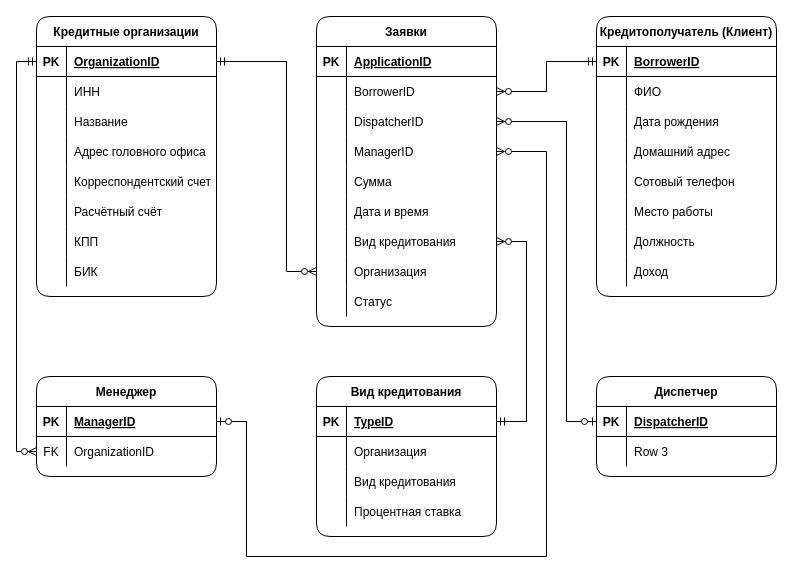
The draw.io diagram Diagrams/Entity Relationship.drawio in sothug/Loan-applications, before the edit. Source tidied: cells renumbered, new cells numbered last; positions are measured from the earlier drawing's top-left corner, leaving out a move shared by most shapes. Both pictures are drawn from the tidied source at 100%, with x=0, y=0 at pixel (-4, 16).
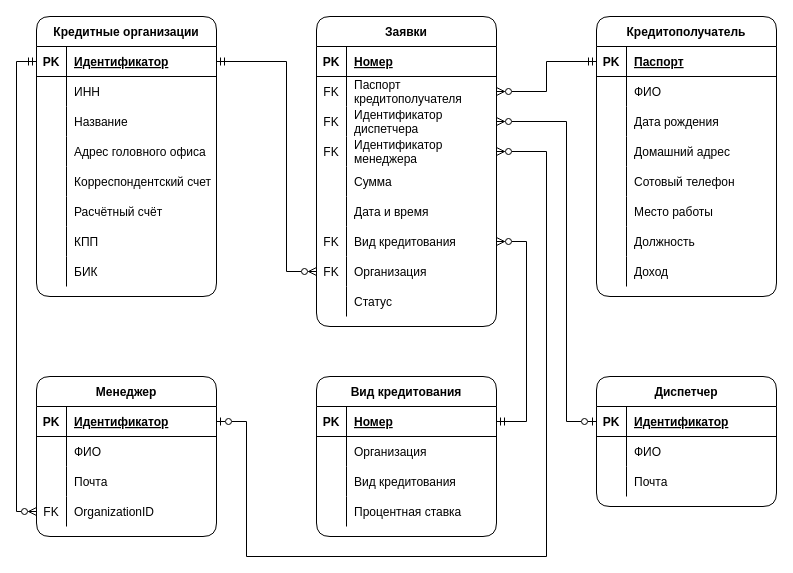
Above is the later version.

Unchanged cells that the change refers to:
```xml
<mxCell id="3" style="shape=partialRectangle;fillColor=none;top=0;left=0;bottom=1;right=0;points=[[0,0.5],[1,0.5]];portConstraint=eastwest;" parent="2" vertex="1">
  <mxGeometry y="30" width="180" height="30" as="geometry" />
</mxCell>
<mxCell id="28" style="shape=partialRectangle;fillColor=none;top=0;left=0;bottom=1;right=0;points=[[0,0.5],[1,0.5]];portConstraint=eastwest;rounded=1;" parent="27" vertex="1">
  <mxGeometry y="30" width="180" height="30" as="geometry" />
</mxCell>
<mxCell id="41" style="shape=partialRectangle;fillColor=none;top=0;left=0;bottom=1;right=0;points=[[0,0.5],[1,0.5]];portConstraint=eastwest;rounded=1;" parent="40" vertex="1">
  <mxGeometry y="30" width="180" height="30" as="geometry" />
</mxCell>
<mxCell id="66" style="shape=partialRectangle;fillColor=none;top=0;left=0;bottom=1;right=0;rounded=1;" parent="65" vertex="1">
  <mxGeometry y="30" width="180" height="30" as="geometry" />
</mxCell>
<mxCell id="69" style="shape=partialRectangle;fillColor=none;top=0;left=0;bottom=0;right=0;points=[[0,0.5],[1,0.5]];portConstraint=eastwest;rounded=1;" parent="65" vertex="1">
  <mxGeometry y="60" width="180" height="30" as="geometry" />
</mxCell>
<mxCell id="72" style="shape=partialRectangle;fillColor=none;top=0;left=0;bottom=0;right=0;points=[[0,0.5],[1,0.5]];portConstraint=eastwest;rounded=1;" parent="65" vertex="1">
  <mxGeometry y="90" width="180" height="30" as="geometry" />
</mxCell>
<mxCell id="75" style="shape=partialRectangle;fillColor=none;top=0;left=0;bottom=0;right=0;points=[[0,0.5],[1,0.5]];portConstraint=eastwest;rounded=1;" parent="65" vertex="1">
  <mxGeometry y="120" width="180" height="30" as="geometry" />
</mxCell>
<mxCell id="84" style="shape=partialRectangle;fillColor=none;top=0;left=0;bottom=0;right=0;points=[[0,0.5],[1,0.5]];portConstraint=eastwest;rounded=1;" parent="65" vertex="1">
  <mxGeometry y="210" width="180" height="30" as="geometry" />
</mxCell>
<mxCell id="87" style="shape=partialRectangle;fillColor=none;top=0;left=0;bottom=0;right=0;points=[[0,0.5],[1,0.5]];portConstraint=eastwest;rounded=1;" parent="65" vertex="1">
  <mxGeometry y="240" width="180" height="30" as="geometry" />
</mxCell>
<mxCell id="104" style="shape=partialRectangle;fillColor=none;top=0;left=0;bottom=1;right=0;points=[[0,0.5],[1,0.5]];portConstraint=eastwest;" parent="103" vertex="1">
  <mxGeometry y="30" width="180" height="30" as="geometry" />
</mxCell>
```

Diff of the diagram source:
```diff
@@
-    <mxCell id="2" value="Кредитные организации" style="shape=table;startSize=30;childLayout=tableLayout;rowLines=0;fontStyle=1;align=center;rounded=1;" parent="1" vertex="1">
+    <mxCell id="2" value="Кредитные организации" style="shape=table;startSize=30;childLayout=tableLayout;rowLines=0;fontStyle=1;align=center;rounded=1;fontColor=default;" parent="1" vertex="1">
       <mxGeometry x="40" width="180" height="280" as="geometry" />
     </mxCell>
@@
-    <mxCell id="4" value="PK" style="shape=partialRectangle;fillColor=none;top=0;left=0;bottom=0;right=0;fontStyle=1;overflow=hidden;" parent="3" vertex="1">
+    <mxCell id="4" value="PK" style="shape=partialRectangle;fillColor=none;top=0;left=0;bottom=0;right=0;fontStyle=1;overflow=hidden;strokeColor=default;fontColor=default;" parent="3" vertex="1">
       <mxGeometry width="30" height="30" as="geometry" />
     </mxCell>
-    <mxCell id="5" value="OrganizationID" style="shape=partialRectangle;fillColor=none;top=0;left=0;bottom=0;right=0;align=left;spacingLeft=6;fontStyle=5;overflow=hidden;" parent="3" vertex="1">
+    <mxCell id="5" value="Идентификатор" style="shape=partialRectangle;fillColor=none;top=0;left=0;bottom=0;right=0;align=left;spacingLeft=6;fontStyle=5;overflow=hidden;fontColor=default;" parent="3" vertex="1">
       <mxGeometry x="30" width="150" height="30" as="geometry" />
     </mxCell>
@@
-    <mxCell id="30" value="TypeID" style="shape=partialRectangle;fillColor=none;top=0;left=0;bottom=0;right=0;align=left;spacingLeft=6;fontStyle=5;overflow=hidden;rounded=1;" parent="28" vertex="1">
+    <mxCell id="30" value="Номер" style="shape=partialRectangle;fillColor=none;top=0;left=0;bottom=0;right=0;align=left;spacingLeft=6;fontStyle=5;overflow=hidden;rounded=1;fontColor=default;" parent="28" vertex="1">
       <mxGeometry x="30" width="150" height="30" as="geometry" />
     </mxCell>
@@
-    <mxCell id="40" value="Кредитополучатель (Клиент)" style="shape=table;startSize=30;childLayout=tableLayout;rowLines=0;fontStyle=1;align=center;rounded=1;" parent="1" vertex="1">
+    <mxCell id="40" value="Кредитополучатель" style="shape=table;startSize=30;childLayout=tableLayout;rowLines=0;fontStyle=1;align=center;rounded=1;fontColor=default;" parent="1" vertex="1">
       <mxGeometry x="600" width="180" height="280" as="geometry" />
     </mxCell>
@@
-    <mxCell id="42" value="PK" style="shape=partialRectangle;fillColor=none;top=0;left=0;bottom=0;right=0;fontStyle=1;overflow=hidden;rounded=1;" parent="41" vertex="1">
+    <mxCell id="42" value="PK" style="shape=partialRectangle;fillColor=none;top=0;left=0;bottom=0;right=0;fontStyle=1;overflow=hidden;rounded=1;fontColor=default;" parent="41" vertex="1">
       <mxGeometry width="30" height="30" as="geometry" />
     </mxCell>
-    <mxCell id="43" value="BorrowerID" style="shape=partialRectangle;fillColor=none;top=0;left=0;bottom=0;right=0;align=left;spacingLeft=6;fontStyle=5;overflow=hidden;rounded=1;" parent="41" vertex="1">
+    <mxCell id="43" value="Паспорт" style="shape=partialRectangle;fillColor=none;top=0;left=0;bottom=0;right=0;align=left;spacingLeft=6;fontStyle=5;overflow=hidden;rounded=1;fontColor=default;" parent="41" vertex="1">
       <mxGeometry x="30" width="150" height="30" as="geometry" />
     </mxCell>
@@
-    <mxCell id="65" value="Заявки" style="shape=table;startSize=30;childLayout=tableLayout;rowLines=0;fontStyle=1;align=center;rounded=1;" parent="1" vertex="1">
+    <mxCell id="65" value="Заявки" style="shape=table;startSize=30;childLayout=tableLayout;rowLines=0;fontStyle=1;align=center;rounded=1;fontColor=default;" parent="1" vertex="1">
       <mxGeometry x="320" width="180" height="310" as="geometry" />
     </mxCell>
@@
-    <mxCell id="68" value="ApplicationID" style="shape=partialRectangle;fillColor=none;top=0;left=0;bottom=0;right=0;align=left;spacingLeft=6;fontStyle=5;overflow=hidden;rounded=1;" parent="66" vertex="1">
+    <mxCell id="68" value="Номер" style="shape=partialRectangle;fillColor=none;top=0;left=0;bottom=0;right=0;align=left;spacingLeft=6;fontStyle=5;overflow=hidden;rounded=1;fontColor=default;" parent="66" vertex="1">
       <mxGeometry x="30" width="150" height="30" as="geometry" />
     </mxCell>
@@
-    <mxCell id="70" style="shape=partialRectangle;fillColor=none;top=0;left=0;bottom=0;right=0;overflow=hidden;rounded=1;" parent="69" vertex="1">
+    <mxCell id="70" value="FK" style="shape=partialRectangle;fillColor=none;top=0;left=0;bottom=0;right=0;overflow=hidden;rounded=1;fontColor=default;" parent="69" vertex="1">
       <mxGeometry width="30" height="30" as="geometry" />
     </mxCell>
-    <mxCell id="71" value="BorrowerID" style="shape=partialRectangle;fillColor=none;top=0;left=0;bottom=0;right=0;align=left;spacingLeft=6;overflow=hidden;rounded=1;" parent="69" vertex="1">
+    <mxCell id="71" value="Паспорт &#10;кредитополучателя" style="shape=partialRectangle;fillColor=none;top=0;left=0;bottom=0;right=0;align=left;spacingLeft=6;overflow=hidden;rounded=1;fontColor=default;" parent="69" vertex="1">
       <mxGeometry x="30" width="150" height="30" as="geometry" />
     </mxCell>
@@
-    <mxCell id="73" style="shape=partialRectangle;fillColor=none;top=0;left=0;bottom=0;right=0;overflow=hidden;rounded=1;" parent="72" vertex="1">
+    <mxCell id="73" value="FK" style="shape=partialRectangle;fillColor=none;top=0;left=0;bottom=0;right=0;overflow=hidden;rounded=1;fontColor=default;" parent="72" vertex="1">
       <mxGeometry width="30" height="30" as="geometry" />
     </mxCell>
-    <mxCell id="74" value="DispatcherID" style="shape=partialRectangle;fillColor=none;top=0;left=0;bottom=0;right=0;align=left;spacingLeft=6;overflow=hidden;rounded=1;" parent="72" vertex="1">
+    <mxCell id="74" value="Идентификатор &#10;диспетчера" style="shape=partialRectangle;fillColor=none;top=0;left=0;bottom=0;right=0;align=left;spacingLeft=6;overflow=hidden;rounded=1;fontColor=default;" parent="72" vertex="1">
       <mxGeometry x="30" width="150" height="30" as="geometry" />
     </mxCell>
@@
-    <mxCell id="76" style="shape=partialRectangle;fillColor=none;top=0;left=0;bottom=0;right=0;overflow=hidden;rounded=1;" parent="75" vertex="1">
+    <mxCell id="76" value="FK" style="shape=partialRectangle;fillColor=none;top=0;left=0;bottom=0;right=0;overflow=hidden;rounded=1;fontColor=default;" parent="75" vertex="1">
       <mxGeometry width="30" height="30" as="geometry" />
     </mxCell>
-    <mxCell id="77" value="ManagerID" style="shape=partialRectangle;fillColor=none;top=0;left=0;bottom=0;right=0;align=left;spacingLeft=6;overflow=hidden;rounded=1;" parent="75" vertex="1">
+    <mxCell id="77" value="Идентификатор &#10;менеджера" style="shape=partialRectangle;fillColor=none;top=0;left=0;bottom=0;right=0;align=left;spacingLeft=6;overflow=hidden;rounded=1;fontColor=default;" parent="75" vertex="1">
       <mxGeometry x="30" width="150" height="30" as="geometry" />
     </mxCell>
@@
-    <mxCell id="85" style="shape=partialRectangle;fillColor=none;top=0;left=0;bottom=0;right=0;overflow=hidden;rounded=1;" parent="84" vertex="1">
+    <mxCell id="85" value="FK" style="shape=partialRectangle;fillColor=none;top=0;left=0;bottom=0;right=0;overflow=hidden;rounded=1;fontColor=default;" parent="84" vertex="1">
       <mxGeometry width="30" height="30" as="geometry" />
     </mxCell>
@@
-    <mxCell id="88" style="shape=partialRectangle;fillColor=none;top=0;left=0;bottom=0;right=0;overflow=hidden;rounded=1;" parent="87" vertex="1">
+    <mxCell id="88" value="FK" style="shape=partialRectangle;fillColor=none;top=0;left=0;bottom=0;right=0;overflow=hidden;rounded=1;fontColor=default;" parent="87" vertex="1">
       <mxGeometry width="30" height="30" as="geometry" />
     </mxCell>
@@
-    <mxCell id="96" value="Диспетчер" style="shape=table;startSize=30;childLayout=tableLayout;rowLines=0;fontStyle=1;align=center;rounded=1;sketch=0;" parent="1" vertex="1">
-      <mxGeometry x="600" y="360" width="180" height="100" as="geometry" />
-    </mxCell>
-    <mxCell id="97" style="shape=partialRectangle;fillColor=none;top=0;left=0;bottom=1;right=0;points=[[0,0.5],[1,0.5]];portConstraint=eastwest;" parent="96" vertex="1">
-      <mxGeometry y="30" width="180" height="30" as="geometry" />
-    </mxCell>
-    <mxCell id="98" value="PK" style="shape=partialRectangle;fillColor=none;top=0;left=0;bottom=0;right=0;fontStyle=1;overflow=hidden;" parent="97" vertex="1">
-      <mxGeometry width="30" height="30" as="geometry" />
-    </mxCell>
-    <mxCell id="99" value="DispatcherID" style="shape=partialRectangle;fillColor=none;top=0;left=0;bottom=0;right=0;align=left;spacingLeft=6;fontStyle=5;overflow=hidden;" parent="97" vertex="1">
-      <mxGeometry x="30" width="150" height="30" as="geometry" />
-    </mxCell>
-    <mxCell id="100" style="shape=partialRectangle;fillColor=none;top=0;left=0;bottom=0;right=0;" parent="96" vertex="1">
-      <mxGeometry y="60" width="180" height="30" as="geometry" />
-    </mxCell>
-    <mxCell id="101" style="shape=partialRectangle;fillColor=none;top=0;left=0;bottom=0;right=0;overflow=hidden;" parent="100" vertex="1">
-      <mxGeometry width="30" height="30" as="geometry" />
-    </mxCell>
-    <mxCell id="102" value="Row 3" style="shape=partialRectangle;fillColor=none;top=0;left=0;bottom=0;right=0;align=left;spacingLeft=6;overflow=hidden;" parent="100" vertex="1">
-      <mxGeometry x="30" width="150" height="30" as="geometry" />
-    </mxCell>
-    <mxCell id="103" value="Менеджер" style="shape=table;startSize=30;childLayout=tableLayout;rowLines=0;fontStyle=1;align=center;rounded=1;sketch=0;" parent="1" vertex="1">
-      <mxGeometry x="40" y="360" width="180" height="100" as="geometry" />
+    <mxCell id="103" value="Менеджер" style="shape=table;startSize=30;childLayout=tableLayout;rowLines=0;fontStyle=1;align=center;rounded=1;sketch=0;fontColor=default;fillColor=default;strokeColor=default;" parent="1" vertex="1">
+      <mxGeometry x="40" y="360" width="180" height="160" as="geometry" />
     </mxCell>
@@
-    <mxCell id="106" value="ManagerID" style="shape=partialRectangle;fillColor=none;top=0;left=0;bottom=0;right=0;align=left;spacingLeft=6;fontStyle=5;overflow=hidden;" parent="104" vertex="1">
+    <mxCell id="106" value="Идентификатор" style="shape=partialRectangle;fillColor=none;top=0;left=0;bottom=0;right=0;align=left;spacingLeft=6;fontStyle=5;overflow=hidden;fontColor=default;" parent="104" vertex="1">
       <mxGeometry x="30" width="150" height="30" as="geometry" />
     </mxCell>
+    <mxCell id="114" style="shape=partialRectangle;fillColor=none;top=0;left=0;bottom=0;right=0;" parent="103" vertex="1">
+      <mxGeometry y="60" width="180" height="30" as="geometry" />
+    </mxCell>
+    <mxCell id="115" style="shape=partialRectangle;fillColor=none;top=0;left=0;bottom=0;right=0;overflow=hidden;" parent="114" vertex="1">
+      <mxGeometry width="30" height="30" as="geometry" />
+    </mxCell>
+    <mxCell id="116" value="ФИО" style="shape=partialRectangle;fillColor=none;top=0;left=0;bottom=0;right=0;align=left;spacingLeft=6;overflow=hidden;strokeColor=default;fontColor=default;" parent="114" vertex="1">
+      <mxGeometry x="30" width="150" height="30" as="geometry" />
+    </mxCell>
+    <mxCell id="117" style="shape=partialRectangle;fillColor=none;top=0;left=0;bottom=0;right=0;" parent="103" vertex="1">
+      <mxGeometry y="90" width="180" height="30" as="geometry" />
+    </mxCell>
+    <mxCell id="118" style="shape=partialRectangle;fillColor=none;top=0;left=0;bottom=0;right=0;overflow=hidden;" parent="117" vertex="1">
+      <mxGeometry width="30" height="30" as="geometry" />
+    </mxCell>
+    <mxCell id="119" value="Почта" style="shape=partialRectangle;fillColor=none;top=0;left=0;bottom=0;right=0;align=left;spacingLeft=6;overflow=hidden;strokeColor=default;fontColor=default;" parent="117" vertex="1">
+      <mxGeometry x="30" width="150" height="30" as="geometry" />
+    </mxCell>
     <mxCell id="107" style="shape=partialRectangle;fillColor=none;top=0;left=0;bottom=0;right=0;points=[[0,0.5],[1,0.5]];portConstraint=eastwest;" parent="103" vertex="1">
-      <mxGeometry y="60" width="180" height="30" as="geometry" />
+      <mxGeometry y="120" width="180" height="30" as="geometry" />
     </mxCell>
@@
-    <mxCell id="109" value="OrganizationID" style="shape=partialRectangle;fillColor=none;top=0;left=0;bottom=0;right=0;align=left;spacingLeft=6;overflow=hidden;" parent="107" vertex="1">
+    <mxCell id="109" value="OrganizationID" style="shape=partialRectangle;fillColor=none;top=0;left=0;bottom=0;right=0;align=left;spacingLeft=6;overflow=hidden;strokeColor=default;fontColor=default;" parent="107" vertex="1">
       <mxGeometry x="30" width="150" height="30" as="geometry" />
     </mxCell>
@@
-    <mxCell id="111" style="edgeStyle=orthogonalEdgeStyle;rounded=0;jettySize=auto;html=1;startArrow=ERzeroToOne;startFill=0;endArrow=ERzeroToMany;endFill=0;" parent="1" edge="1" source="97" target="72">
+    <mxCell id="111" style="edgeStyle=orthogonalEdgeStyle;rounded=0;jettySize=auto;html=1;startArrow=ERzeroToOne;startFill=0;endArrow=ERzeroToMany;endFill=0;strokeColor=default;labelBackgroundColor=default;fontColor=default;" parent="1" edge="1" source="97" target="72">
       <mxGeometry relative="1" as="geometry">
         <Array as="points">
           <mxPoint x="570" y="405" />
           <mxPoint x="570" y="105" />
         </Array>
       </mxGeometry>
     </mxCell>
@@
-    <mxCell id="113" style="edgeStyle=orthogonalEdgeStyle;rounded=0;jettySize=auto;html=1;startArrow=ERmandOne;startFill=0;endArrow=ERzeroToMany;endFill=0;" parent="1" edge="1" source="3" target="107">
+    <mxCell id="113" style="edgeStyle=orthogonalEdgeStyle;rounded=0;jettySize=auto;html=1;startArrow=ERmandOne;startFill=0;endArrow=ERzeroToMany;endFill=0;strokeColor=default;labelBackgroundColor=default;fontColor=default;" parent="1" edge="1" source="3" target="107">
       <mxGeometry relative="1" as="geometry">
         <Array as="points">
           <mxPoint x="20" y="45" />
-          <mxPoint x="20" y="435" />
+          <mxPoint x="20" y="495" />
         </Array>
       </mxGeometry>
     </mxCell>
+    <mxCell id="96" value="Диспетчер" style="shape=table;startSize=30;childLayout=tableLayout;rowLines=0;fontStyle=1;align=center;rounded=1;sketch=0;fontColor=default;fillColor=default;strokeColor=default;" parent="1" vertex="1">
+      <mxGeometry x="600" y="360" width="180" height="130" as="geometry" />
+    </mxCell>
+    <mxCell id="97" style="shape=partialRectangle;fillColor=none;top=0;left=0;bottom=1;right=0;points=[[0,0.5],[1,0.5]];portConstraint=eastwest;" parent="96" vertex="1">
+      <mxGeometry y="30" width="180" height="30" as="geometry" />
+    </mxCell>
+    <mxCell id="98" value="PK" style="shape=partialRectangle;fillColor=none;top=0;left=0;bottom=0;right=0;fontStyle=1;overflow=hidden;" parent="97" vertex="1">
+      <mxGeometry width="30" height="30" as="geometry" />
+    </mxCell>
+    <mxCell id="120" value="Идентификатор" style="shape=partialRectangle;fillColor=none;top=0;left=0;bottom=0;right=0;align=left;spacingLeft=6;fontStyle=5;overflow=hidden;fontColor=default;" parent="97" vertex="1">
+      <mxGeometry x="30" width="150" height="30" as="geometry" />
+    </mxCell>
+    <mxCell id="121" style="shape=partialRectangle;fillColor=none;top=0;left=0;bottom=0;right=0;" parent="96" vertex="1">
+      <mxGeometry y="60" width="180" height="30" as="geometry" />
+    </mxCell>
+    <mxCell id="122" style="shape=partialRectangle;fillColor=none;top=0;left=0;bottom=0;right=0;overflow=hidden;" parent="121" vertex="1">
+      <mxGeometry width="30" height="30" as="geometry" />
+    </mxCell>
+    <mxCell id="123" value="ФИО" style="shape=partialRectangle;fillColor=none;top=0;left=0;bottom=0;right=0;align=left;spacingLeft=6;overflow=hidden;strokeColor=default;fontColor=default;" parent="121" vertex="1">
+      <mxGeometry x="30" width="150" height="30" as="geometry" />
+    </mxCell>
+    <mxCell id="124" style="shape=partialRectangle;fillColor=none;top=0;left=0;bottom=0;right=0;" parent="96" vertex="1">
+      <mxGeometry y="90" width="180" height="30" as="geometry" />
+    </mxCell>
+    <mxCell id="125" style="shape=partialRectangle;fillColor=none;top=0;left=0;bottom=0;right=0;overflow=hidden;" parent="124" vertex="1">
+      <mxGeometry width="30" height="30" as="geometry" />
+    </mxCell>
+    <mxCell id="126" value="Почта" style="shape=partialRectangle;fillColor=none;top=0;left=0;bottom=0;right=0;align=left;spacingLeft=6;overflow=hidden;strokeColor=default;fontColor=default;" parent="124" vertex="1">
+      <mxGeometry x="30" width="150" height="30" as="geometry" />
+    </mxCell>
```
